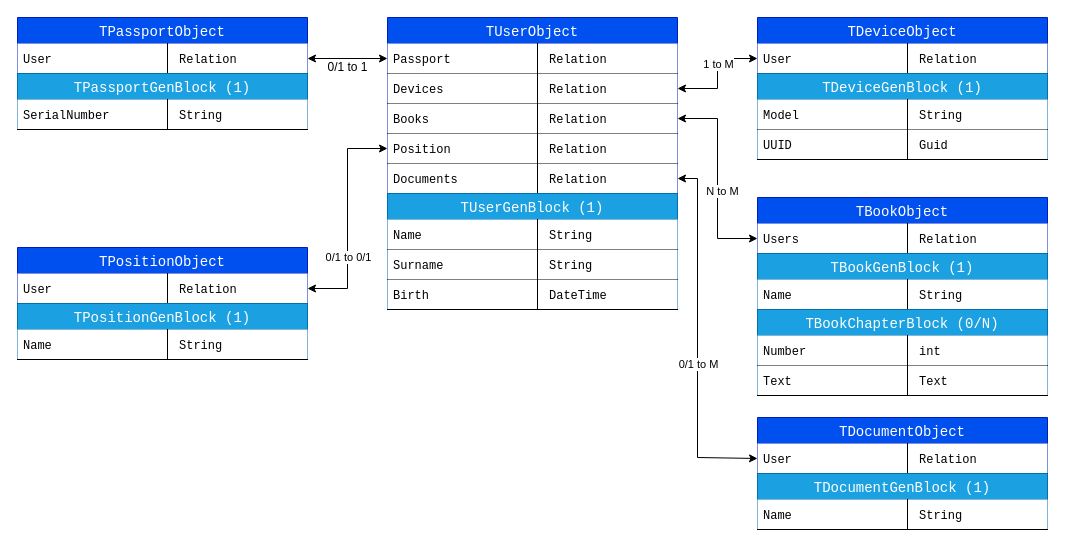
Before: page "Test" (2 of 2) of diagrams/DXCoreDataStructure.drawio in IgnisVitalis/IV.DX, a draw.io diagram. Source tidied: cells renumbered, new cells numbered last; positions are measured from the earlier drawing's top-left corner, leaving out a move shared by most shapes. Both pictures are drawn from the tidied source at 100%, with x=0, y=0 at pixel (17, 17).
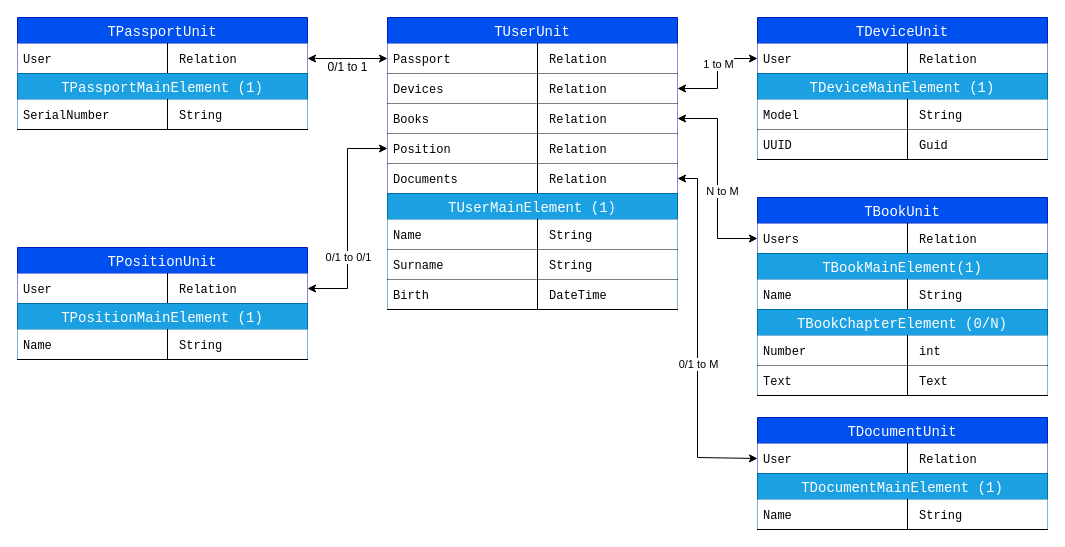
The same diagram, later.

Diff of the diagram source:
```diff
@@
-    <mxCell id="2" value="TUserObject" style="swimlane;fontStyle=0;horizontal=1;startSize=26;fillColor=#0050ef;swimlaneFillColor=#ffffff;align=center;fontSize=14;strokeColor=#001DBC;fontFamily=Consolas;labelBackgroundColor=none;labelBorderColor=none;fontColor=#ffffff;" parent="1" vertex="1">
+    <mxCell id="2" value="TUserUnit" style="swimlane;fontStyle=0;horizontal=1;startSize=26;fillColor=#0050ef;swimlaneFillColor=#ffffff;align=center;fontSize=14;strokeColor=#001DBC;fontFamily=Consolas;labelBackgroundColor=none;labelBorderColor=none;fontColor=#ffffff;" parent="1" vertex="1">
       <mxGeometry x="370" width="290" height="292" as="geometry" />
     </mxCell>
@@
-    <mxCell id="13" value="TUserGenBlock (1)" style="swimlane;fontStyle=0;horizontal=1;startSize=26;fillColor=#1ba1e2;swimlaneFillColor=#ffffff;align=center;fontSize=14;strokeColor=#006EAF;fontFamily=Consolas;fontColor=#ffffff;" parent="2" vertex="1">
+    <mxCell id="13" value="TUserMainElement (1)" style="swimlane;fontStyle=0;horizontal=1;startSize=26;fillColor=#1ba1e2;swimlaneFillColor=#ffffff;align=center;fontSize=14;strokeColor=#006EAF;fontFamily=Consolas;fontColor=#ffffff;" parent="2" vertex="1">
       <mxGeometry y="176" width="290" height="116" as="geometry" />
     </mxCell>
@@
-    <mxCell id="20" value="TDeviceObject" style="swimlane;fontStyle=0;horizontal=1;startSize=26;fillColor=#0050ef;swimlaneFillColor=#ffffff;align=center;fontSize=14;strokeColor=#001DBC;fontFamily=Consolas;labelBackgroundColor=none;labelBorderColor=none;fontColor=#ffffff;" parent="1" vertex="1">
+    <mxCell id="20" value="TDeviceUnit" style="swimlane;fontStyle=0;horizontal=1;startSize=26;fillColor=#0050ef;swimlaneFillColor=#ffffff;align=center;fontSize=14;strokeColor=#001DBC;fontFamily=Consolas;labelBackgroundColor=none;labelBorderColor=none;fontColor=#ffffff;" parent="1" vertex="1">
       <mxGeometry x="740" width="290" height="142" as="geometry" />
     </mxCell>
@@
-    <mxCell id="23" value="TDeviceGenBlock (1)" style="swimlane;fontStyle=0;horizontal=1;startSize=26;fillColor=#1ba1e2;swimlaneFillColor=#ffffff;align=center;fontSize=14;strokeColor=#006EAF;fontFamily=Consolas;fontColor=#ffffff;" parent="20" vertex="1">
+    <mxCell id="23" value="TDeviceMainElement (1)" style="swimlane;fontStyle=0;horizontal=1;startSize=26;fillColor=#1ba1e2;swimlaneFillColor=#ffffff;align=center;fontSize=14;strokeColor=#006EAF;fontFamily=Consolas;fontColor=#ffffff;" parent="20" vertex="1">
       <mxGeometry y="56" width="290" height="86" as="geometry" />
     </mxCell>
@@
-    <mxCell id="30" value="TPassportObject" style="swimlane;fontStyle=0;horizontal=1;startSize=26;fillColor=#0050ef;swimlaneFillColor=#ffffff;align=center;fontSize=14;strokeColor=#001DBC;fontFamily=Consolas;labelBackgroundColor=none;labelBorderColor=none;fontColor=#ffffff;" parent="1" vertex="1">
+    <mxCell id="30" value="TPassportUnit" style="swimlane;fontStyle=0;horizontal=1;startSize=26;fillColor=#0050ef;swimlaneFillColor=#ffffff;align=center;fontSize=14;strokeColor=#001DBC;fontFamily=Consolas;labelBackgroundColor=none;labelBorderColor=none;fontColor=#ffffff;" parent="1" vertex="1">
       <mxGeometry width="290" height="112" as="geometry" />
     </mxCell>
@@
-    <mxCell id="33" value="TPassportGenBlock (1)" style="swimlane;fontStyle=0;horizontal=1;startSize=26;fillColor=#1ba1e2;swimlaneFillColor=#ffffff;align=center;fontSize=14;strokeColor=#006EAF;fontFamily=Consolas;fontColor=#ffffff;" parent="30" vertex="1">
+    <mxCell id="33" value="TPassportMainElement (1)" style="swimlane;fontStyle=0;horizontal=1;startSize=26;fillColor=#1ba1e2;swimlaneFillColor=#ffffff;align=center;fontSize=14;strokeColor=#006EAF;fontFamily=Consolas;fontColor=#ffffff;" parent="30" vertex="1">
       <mxGeometry y="56" width="290" height="56" as="geometry" />
     </mxCell>
@@
-    <mxCell id="38" value="TBookObject" style="swimlane;fontStyle=0;horizontal=1;startSize=26;fillColor=#0050ef;swimlaneFillColor=#ffffff;align=center;fontSize=14;strokeColor=#001DBC;fontFamily=Consolas;labelBackgroundColor=none;labelBorderColor=none;fontColor=#ffffff;" parent="1" vertex="1">
+    <mxCell id="38" value="TBookUnit" style="swimlane;fontStyle=0;horizontal=1;startSize=26;fillColor=#0050ef;swimlaneFillColor=#ffffff;align=center;fontSize=14;strokeColor=#001DBC;fontFamily=Consolas;labelBackgroundColor=none;labelBorderColor=none;fontColor=#ffffff;" parent="1" vertex="1">
       <mxGeometry x="740" y="180" width="290" height="198" as="geometry" />
     </mxCell>
@@
-    <mxCell id="41" value="TBookGenBlock (1)" style="swimlane;fontStyle=0;horizontal=1;startSize=26;fillColor=#1ba1e2;swimlaneFillColor=#ffffff;align=center;fontSize=14;strokeColor=#006EAF;fontFamily=Consolas;fontColor=#ffffff;" parent="38" vertex="1">
+    <mxCell id="41" value="TBookMainElement(1)" style="swimlane;fontStyle=0;horizontal=1;startSize=26;fillColor=#1ba1e2;swimlaneFillColor=#ffffff;align=center;fontSize=14;strokeColor=#006EAF;fontFamily=Consolas;fontColor=#ffffff;" parent="38" vertex="1">
       <mxGeometry y="56" width="290" height="142" as="geometry" />
     </mxCell>
@@
-    <mxCell id="44" value="TBookChapterBlock (0/N)" style="swimlane;fontStyle=0;horizontal=1;startSize=26;fillColor=#1ba1e2;swimlaneFillColor=#ffffff;align=center;fontSize=14;strokeColor=#006EAF;fontFamily=Consolas;fontColor=#ffffff;" parent="41" vertex="1">
+    <mxCell id="44" value="TBookChapterElement (0/N)" style="swimlane;fontStyle=0;horizontal=1;startSize=26;fillColor=#1ba1e2;swimlaneFillColor=#ffffff;align=center;fontSize=14;strokeColor=#006EAF;fontFamily=Consolas;fontColor=#ffffff;" parent="41" vertex="1">
       <mxGeometry y="56" width="290" height="86" as="geometry" />
     </mxCell>
@@
-    <mxCell id="51" value="TPositionObject" style="swimlane;fontStyle=0;horizontal=1;startSize=26;fillColor=#0050ef;swimlaneFillColor=#ffffff;align=center;fontSize=14;strokeColor=#001DBC;fontFamily=Consolas;labelBackgroundColor=none;labelBorderColor=none;fontColor=#ffffff;" parent="1" vertex="1">
+    <mxCell id="51" value="TPositionUnit" style="swimlane;fontStyle=0;horizontal=1;startSize=26;fillColor=#0050ef;swimlaneFillColor=#ffffff;align=center;fontSize=14;strokeColor=#001DBC;fontFamily=Consolas;labelBackgroundColor=none;labelBorderColor=none;fontColor=#ffffff;" parent="1" vertex="1">
       <mxGeometry y="230" width="290" height="112" as="geometry" />
     </mxCell>
@@
-    <mxCell id="54" value="TPositionGenBlock (1)" style="swimlane;fontStyle=0;horizontal=1;startSize=26;fillColor=#1ba1e2;swimlaneFillColor=#ffffff;align=center;fontSize=14;strokeColor=#006EAF;fontFamily=Consolas;fontColor=#ffffff;" parent="51" vertex="1">
+    <mxCell id="54" value="TPositionMainElement (1)" style="swimlane;fontStyle=0;horizontal=1;startSize=26;fillColor=#1ba1e2;swimlaneFillColor=#ffffff;align=center;fontSize=14;strokeColor=#006EAF;fontFamily=Consolas;fontColor=#ffffff;" parent="51" vertex="1">
       <mxGeometry y="56" width="290" height="56" as="geometry" />
     </mxCell>
@@
-    <mxCell id="59" value="TDocumentObject" style="swimlane;fontStyle=0;horizontal=1;startSize=26;fillColor=#0050ef;swimlaneFillColor=#ffffff;align=center;fontSize=14;strokeColor=#001DBC;fontFamily=Consolas;labelBackgroundColor=none;labelBorderColor=none;fontColor=#ffffff;" parent="1" vertex="1">
+    <mxCell id="59" value="TDocumentUnit" style="swimlane;fontStyle=0;horizontal=1;startSize=26;fillColor=#0050ef;swimlaneFillColor=#ffffff;align=center;fontSize=14;strokeColor=#001DBC;fontFamily=Consolas;labelBackgroundColor=none;labelBorderColor=none;fontColor=#ffffff;" parent="1" vertex="1">
       <mxGeometry x="740" y="400" width="290" height="112" as="geometry" />
     </mxCell>
@@
-    <mxCell id="62" value="TDocumentGenBlock (1)" style="swimlane;fontStyle=0;horizontal=1;startSize=26;fillColor=#1ba1e2;swimlaneFillColor=#ffffff;align=center;fontSize=14;strokeColor=#006EAF;fontFamily=Consolas;fontColor=#ffffff;" parent="59" vertex="1">
+    <mxCell id="62" value="TDocumentMainElement (1)" style="swimlane;fontStyle=0;horizontal=1;startSize=26;fillColor=#1ba1e2;swimlaneFillColor=#ffffff;align=center;fontSize=14;strokeColor=#006EAF;fontFamily=Consolas;fontColor=#ffffff;" parent="59" vertex="1">
       <mxGeometry y="56" width="290" height="56" as="geometry" />
     </mxCell>
```
